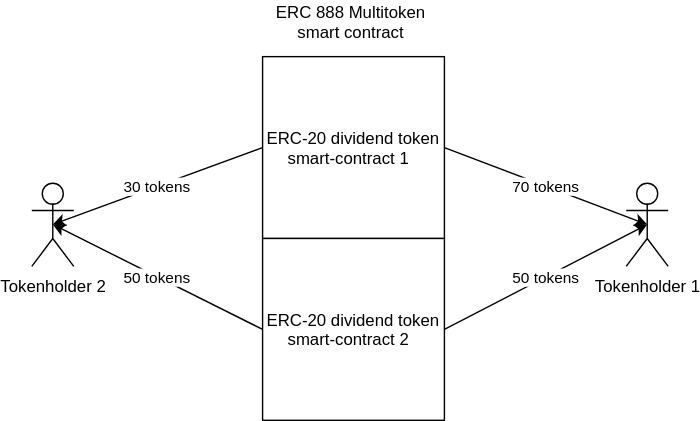
The draw.io diagram docs/images/multitoken/image0_m.svg in BANKEX/asset-toolkit, before a commit. Source tidied: cells renumbered, new cells last; positions are measured from the earlier drawing's top-left corner, leaving out a move shared by most shapes.
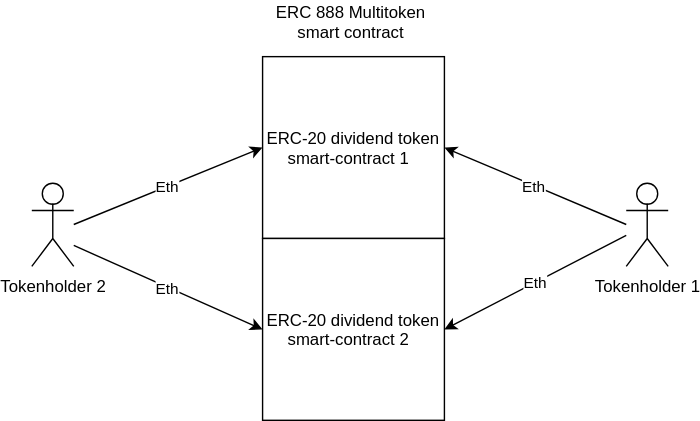
After the change.

Change to the diagram source:
```diff
@@ -2,34 +2,38 @@
   <root>
     <mxCell id="0" />
     <mxCell id="1" parent="0" />
+    <mxCell id="11" value="ERC-20 dividend token smart-contract 1 &amp;nbsp;" style="rounded=0;whiteSpace=wrap;html=1;" parent="1" vertex="1">
+      <mxGeometry x="100" y="15" width="130" height="130" as="geometry" />
+    </mxCell>
-    <mxCell id="2" value="ERC-20 dividend token smart-contract 1 &amp;nbsp;" style="rounded=0;whiteSpace=wrap;html=1;" parent="1" vertex="1">
-      <mxGeometry x="165" y="40" width="130" height="130" as="geometry" />
+    <mxCell id="2" value="Tokenholder 1&lt;br&gt;&lt;br&gt;" style="shape=umlActor;verticalLabelPosition=bottom;labelBackgroundColor=#ffffff;verticalAlign=top;html=1;outlineConnect=0;" parent="1" vertex="1">
+      <mxGeometry x="360" y="105" width="30" height="60" as="geometry" />
     </mxCell>
-    <mxCell id="3" value="Tokenholder 1&lt;br&gt;&lt;br&gt;" style="shape=umlActor;verticalLabelPosition=bottom;labelBackgroundColor=#ffffff;verticalAlign=top;html=1;outlineConnect=0;" parent="1" vertex="1">
-      <mxGeometry x="425" y="130" width="30" height="60" as="geometry" />
+    <mxCell id="3" value="&lt;span&gt;ERC-20 dividend token smart-contract 2 &amp;nbsp;&lt;/span&gt;" style="whiteSpace=wrap;html=1;" parent="1" vertex="1">
+      <mxGeometry x="100" y="145" width="130" height="130" as="geometry" />
     </mxCell>
-    <mxCell id="4" value="70 tokens" style="endArrow=classic;html=1;exitX=1;exitY=0.5;" parent="1" edge="1" source="2">
-      <mxGeometry relative="1" as="geometry">
-        <mxPoint x="440" y="160" as="targetPoint" />
-      </mxGeometry>
-    </mxCell>
-    <mxCell id="5" value="&lt;span&gt;ERC-20 dividend token smart-contract 2 &amp;nbsp;&lt;/span&gt;" style="whiteSpace=wrap;html=1;" parent="1" vertex="1">
-      <mxGeometry x="165" y="170" width="130" height="130" as="geometry" />
-    </mxCell>
     <mxCell id="6" value="ERC 888 Multitoken &lt;br&gt;smart contract" style="text;html=1;align=center;verticalAlign=middle;fillColor=none;strokeColor=none;rounded=0;" parent="1" vertex="1">
-      <mxGeometry x="165" width="130" height="30" as="geometry" />
+      <mxGeometry x="100" y="-25" width="130" height="30" as="geometry" />
     </mxCell>
-    <mxCell id="7" value="50 tokens" style="endArrow=classic;html=1;entryX=0.5;entryY=0.5;entryPerimeter=0;exitX=1;exitY=0.5;" parent="1" edge="1" source="5" target="3">
-      <mxGeometry relative="1" as="geometry" />
-    </mxCell>
     <mxCell id="8" value="Tokenholder 2" style="shape=umlActor;verticalLabelPosition=bottom;labelBackgroundColor=#ffffff;verticalAlign=top;html=1;outlineConnect=0;" parent="1" vertex="1">
-      <mxGeometry y="130" width="30" height="60" as="geometry" />
+      <mxGeometry x="-65" y="105" width="30" height="60" as="geometry" />
     </mxCell>
-    <mxCell id="9" value="50 tokens" style="endArrow=classic;html=1;entryX=0.5;entryY=0.5;entryPerimeter=0;exitX=0;exitY=0.5;" parent="1" edge="1" source="5" target="8">
-      <mxGeometry relative="1" as="geometry" />
-    </mxCell>
-    <mxCell id="10" value="30 tokens" style="endArrow=classic;html=1;entryX=0.5;entryY=0.5;entryPerimeter=0;exitX=0;exitY=0.5;" parent="1" edge="1" source="2" target="8">
-      <mxGeometry relative="1" as="geometry" />
-    </mxCell>
+    <mxCell id="12" value="Eth" style="endArrow=classic;html=1;entryX=0;entryY=0.5;" parent="1" edge="1" target="11">
+      <mxGeometry relative="1" as="geometry">
+        <mxPoint x="-35" y="135" as="sourcePoint" />
+      </mxGeometry>
+    </mxCell>
+    <mxCell id="13" value="Eth" style="endArrow=classic;html=1;entryX=0;entryY=0.5;" parent="1" edge="1" target="3">
+      <mxGeometry relative="1" as="geometry">
+        <mxPoint x="-35" y="150" as="sourcePoint" />
+      </mxGeometry>
+    </mxCell>
+    <mxCell id="14" value="Eth" style="endArrow=classic;html=1;entryX=1;entryY=0.5;" parent="1" edge="1" target="11">
+      <mxGeometry relative="1" as="geometry">
+        <mxPoint x="360" y="135" as="sourcePoint" />
+      </mxGeometry>
+    </mxCell>
+    <mxCell id="15" value="Eth" style="endArrow=classic;html=1;entryX=1;entryY=0.5;" parent="1" edge="1" source="2" target="3">
+      <mxGeometry relative="1" as="geometry" />
+    </mxCell>
   </root>
 </mxGraphModel>
```
